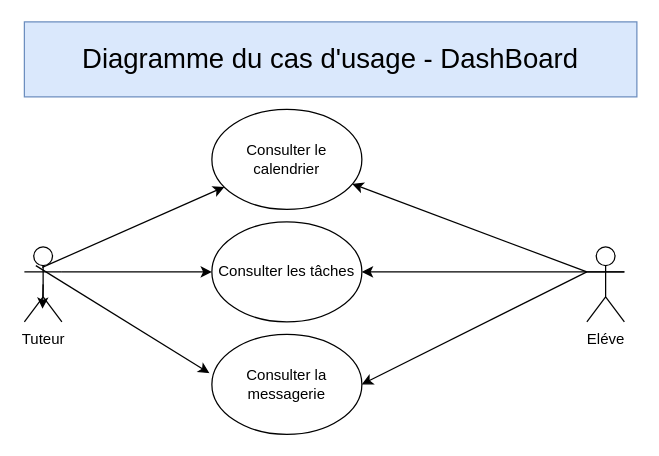
Above: page "Dashboard" (2 of 5) of P10Uml.drawio in tetyanachouteau/P10LHome (draw.io), before the change. Source tidied: cells renumbered, new cells numbered last; positions are measured from the earlier drawing's top-left corner, leaving out a move shared by most shapes. Both pictures are drawn from the tidied source at 125%, with x=0, y=0 at pixel (24, 21).
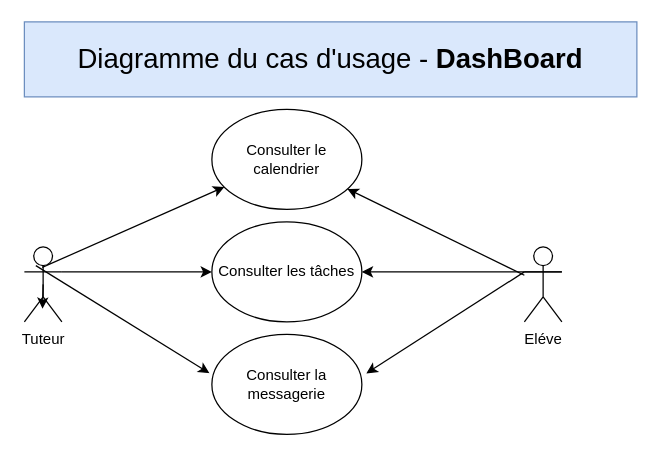
After the change.

Diff of the diagram source:
```diff
@@
 <mxGraphModel>
   <root>
     <mxCell id="0" />
     <mxCell id="1" parent="0" />
     <mxCell id="2" style="edgeStyle=none;rounded=0;jettySize=auto;html=1;exitX=0.306;exitY=0.25;exitDx=0;exitDy=0;exitPerimeter=0;entryX=-0.016;entryY=0.388;entryDx=0;entryDy=0;entryPerimeter=0;" parent="1" edge="1" source="6" target="11">
       <mxGeometry relative="1" as="geometry" />
     </mxCell>
     <mxCell id="3" style="edgeStyle=none;rounded=0;jettySize=auto;html=1;exitX=1;exitY=0.3333333333333333;exitDx=0;exitDy=0;exitPerimeter=0;" parent="1" edge="1" source="6" target="13">
       <mxGeometry relative="1" as="geometry" />
     </mxCell>
     <mxCell id="4" style="edgeStyle=none;rounded=0;jettySize=auto;html=1;exitX=0.476;exitY=0.274;exitDx=0;exitDy=0;exitPerimeter=0;" parent="1" edge="1" source="6" target="12">
       <mxGeometry relative="1" as="geometry" />
     </mxCell>
     <mxCell id="5" style="edgeStyle=orthogonalEdgeStyle;rounded=0;jettySize=auto;html=1;exitX=0.5;exitY=0.5;exitDx=0;exitDy=0;exitPerimeter=0;" parent="1" edge="1" source="6">
       <mxGeometry relative="1" as="geometry">
         <mxPoint x="14.5" y="229.5" as="targetPoint" />
       </mxGeometry>
     </mxCell>
     <mxCell id="6" value="Tuteur" style="shape=umlActor;verticalLabelPosition=bottom;verticalAlign=top;html=1;outlineConnect=0;" parent="1" vertex="1">
       <mxGeometry y="180" width="30" height="60" as="geometry" />
     </mxCell>
-    <mxCell id="7" style="edgeStyle=none;rounded=0;jettySize=auto;html=1;exitX=0;exitY=0.3333333333333333;exitDx=0;exitDy=0;exitPerimeter=0;entryX=1;entryY=0.5;entryDx=0;entryDy=0;" parent="1" edge="1" source="10" target="11">
+    <mxCell id="7" style="edgeStyle=none;rounded=0;jettySize=auto;html=1;exitX=0;exitY=0.3333333333333333;exitDx=0;exitDy=0;exitPerimeter=0;entryX=1.03;entryY=0.39;entryDx=0;entryDy=0;entryPerimeter=0;" parent="1" edge="1" source="10" target="11">
       <mxGeometry relative="1" as="geometry" />
     </mxCell>
     <mxCell id="8" style="edgeStyle=none;rounded=0;jettySize=auto;html=1;exitX=1;exitY=0.3333333333333333;exitDx=0;exitDy=0;exitPerimeter=0;" parent="1" edge="1" source="10" target="13">
       <mxGeometry relative="1" as="geometry" />
     </mxCell>
-    <mxCell id="9" style="edgeStyle=none;rounded=0;jettySize=auto;html=1;" parent="1" edge="1" target="12">
-      <mxGeometry relative="1" as="geometry">
-        <mxPoint x="450" y="200" as="sourcePoint" />
-      </mxGeometry>
+    <mxCell id="9" style="edgeStyle=none;rounded=0;jettySize=auto;html=1;" parent="1" edge="1" source="10" target="12">
+      <mxGeometry relative="1" as="geometry" />
     </mxCell>
-    <mxCell id="10" value="Eléve" style="shape=umlActor;verticalLabelPosition=bottom;verticalAlign=top;html=1;outlineConnect=0;" parent="1" vertex="1">
-      <mxGeometry x="450" y="180" width="30" height="60" as="geometry" />
-    </mxCell>
     <mxCell id="11" value="Consulter la messagerie" style="ellipse;whiteSpace=wrap;html=1;" parent="1" vertex="1">
       <mxGeometry x="150" y="250" width="120" height="80" as="geometry" />
     </mxCell>
     <mxCell id="12" value="Consulter le calendrier" style="ellipse;whiteSpace=wrap;html=1;" parent="1" vertex="1">
       <mxGeometry x="150" y="70" width="120" height="80" as="geometry" />
     </mxCell>
     <mxCell id="13" value="Consulter les tâches" style="ellipse;whiteSpace=wrap;html=1;" parent="1" vertex="1">
       <mxGeometry x="150" y="160" width="120" height="80" as="geometry" />
     </mxCell>
-    <mxCell id="14" value="&lt;font style=&quot;font-size: 22px;&quot;&gt;Diagramme du cas d'usage - DashBoard&lt;/font&gt;" style="rounded=0;whiteSpace=wrap;html=1;fillColor=#dae8fc;strokeColor=#6c8ebf;" parent="1" vertex="1">
+    <mxCell id="14" value="&lt;font style=&quot;font-size: 22px;&quot;&gt;Diagramme du cas d'usage - &lt;b&gt;DashBoard&lt;/b&gt;&lt;/font&gt;" style="rounded=0;whiteSpace=wrap;html=1;fillColor=#dae8fc;strokeColor=#6c8ebf;" parent="1" vertex="1">
       <mxGeometry width="490" height="60" as="geometry" />
     </mxCell>
+    <mxCell id="10" value="Eléve" style="shape=umlActor;verticalLabelPosition=bottom;verticalAlign=top;html=1;outlineConnect=0;" parent="1" vertex="1">
+      <mxGeometry x="400" y="180" width="30" height="60" as="geometry" />
+    </mxCell>
   </root>
 </mxGraphModel>
```
